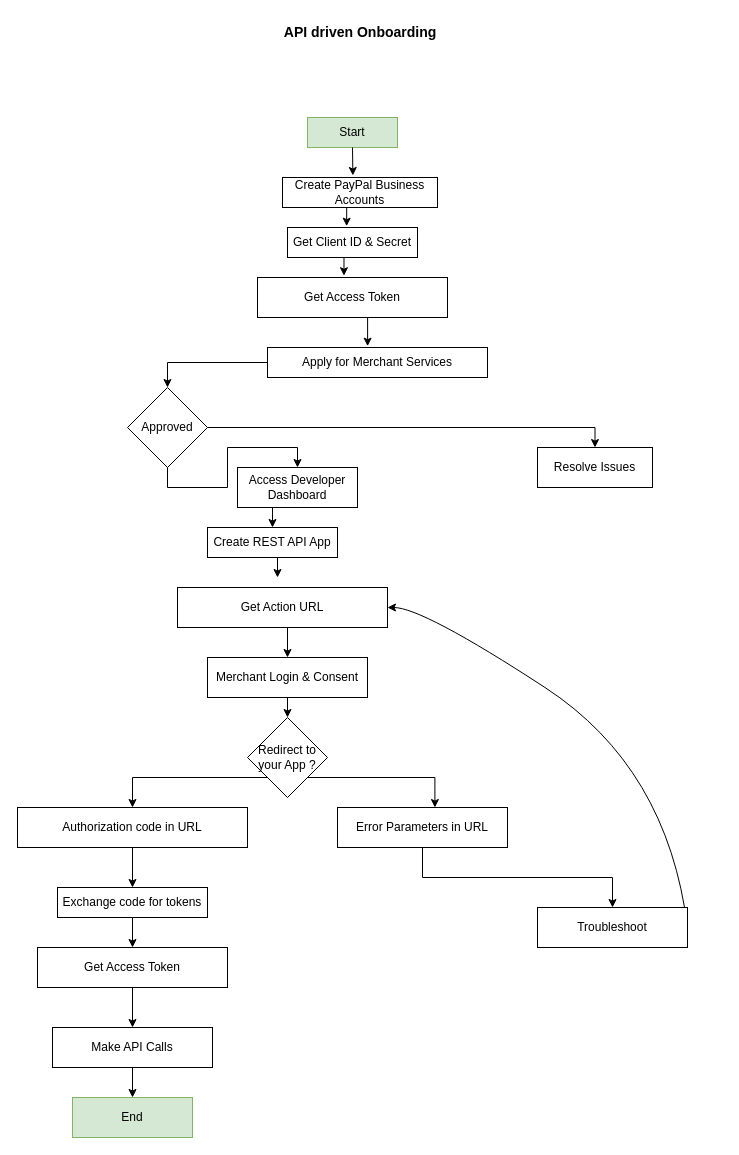
Earlier version of the draw.io diagram page "Page-1" (1 of 2) of flow-charts/paypal-merchant-onboarding.drawio (rajneeshpatel07/payal-payments). Source tidied: cells renumbered, new cells numbered last; positions are measured from the earlier drawing's top-left corner, leaving out a move shared by most shapes. Both pictures are drawn from the tidied source at 100%, with x=0, y=0 at pixel (17, 17).
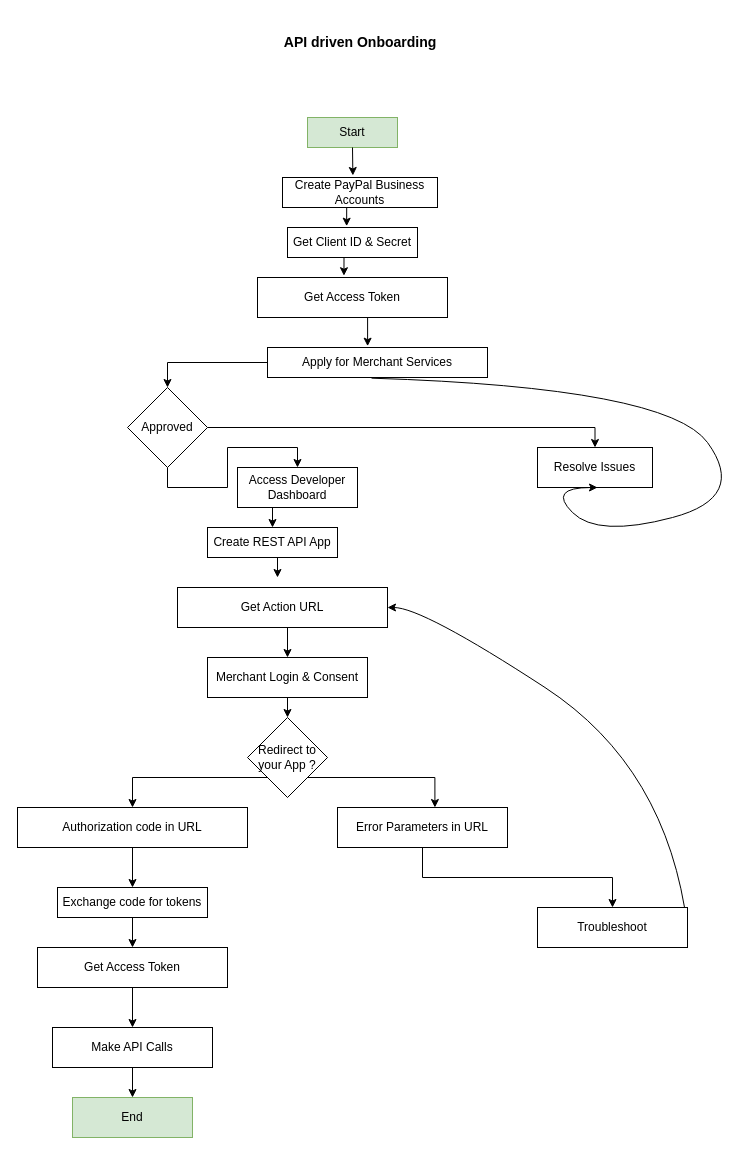
After the change.

The change refers to these unchanged cells:
```xml
<mxCell id="6" value="Apply for Merchant Services" style="rounded=0;whiteSpace=wrap;html=1;" parent="1" vertex="1">
  <mxGeometry x="250" y="330" width="220" height="30" as="geometry" />
</mxCell>
```

Change to the diagram source:
```diff
@@
     <mxCell id="35" value="API driven Onboarding&amp;nbsp;" style="text;html=1;align=center;verticalAlign=middle;whiteSpace=wrap;rounded=0;fontStyle=1;fontSize=14;" parent="1" vertex="1">
-      <mxGeometry x="265" width="160" height="30" as="geometry" />
+      <mxGeometry x="265" y="10" width="160" height="30" as="geometry" />
     </mxCell>
@@
+    <mxCell id="43" style="curved=1;endArrow=classic;html=1;rounded=0;exitX=0.473;exitY=1.022;exitDx=0;exitDy=0;exitPerimeter=0;" parent="1" edge="1" source="6">
+      <mxGeometry relative="1" as="geometry">
+        <mxPoint x="580" y="470" as="targetPoint" />
+        <Array as="points">
+          <mxPoint x="650" y="370" />
+          <mxPoint x="730" y="480" />
+          <mxPoint x="580" y="520" />
+          <mxPoint x="530" y="470" />
+        </Array>
+      </mxGeometry>
+    </mxCell>
```
